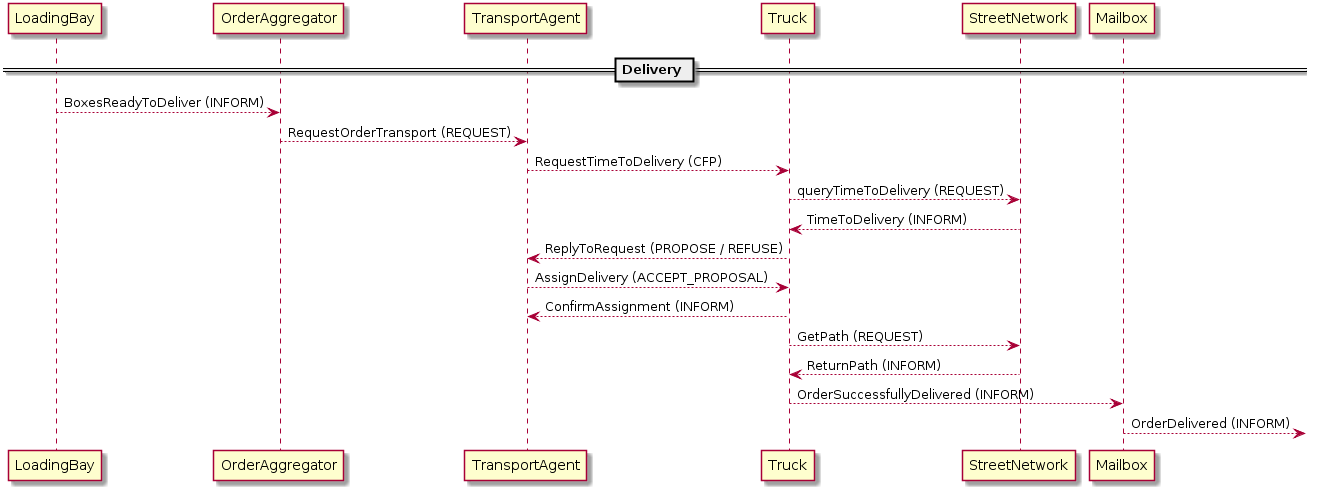
Above: docs/Architecture/Architecture_Delivery.png in HBRS-MAAS/ws18-project-commitment_issues (PlantUML), before the change.
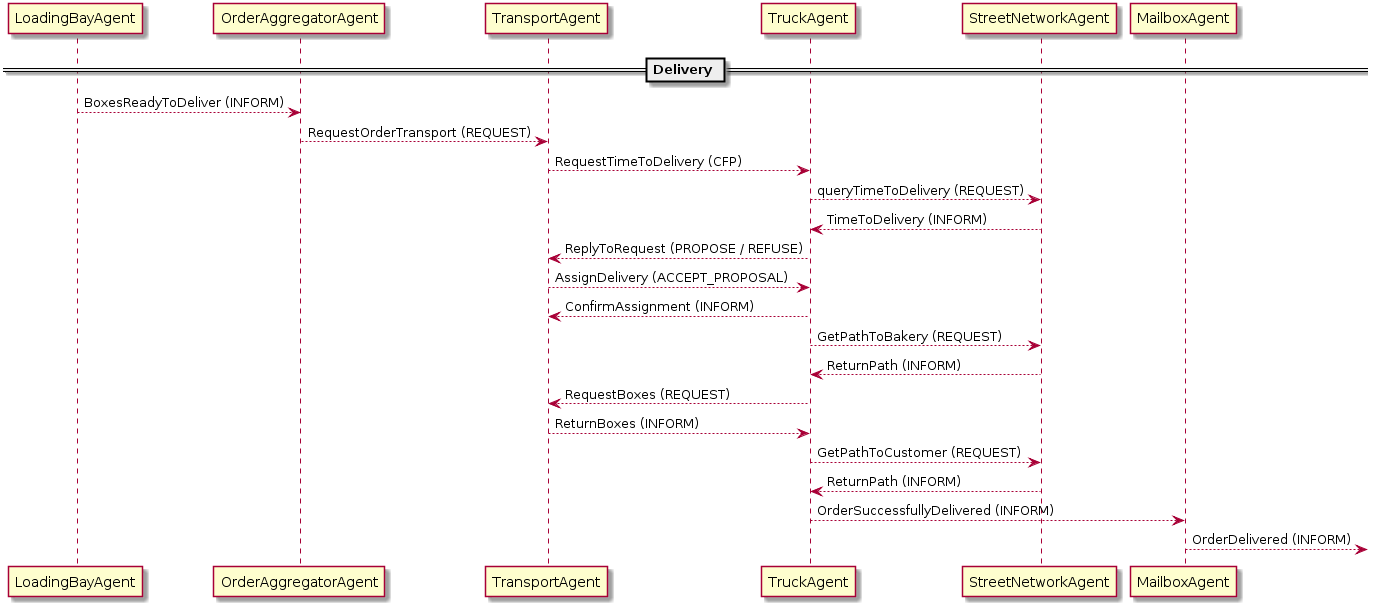
Later version of the same file.

Change to the diagram source:
```diff
@@ -2,23 +2,29 @@
 skinparam classAttributeIconSize 0
 
 == Delivery ==
-LoadingBay --> OrderAggregator : BoxesReadyToDeliver (INFORM)
+LoadingBayAgent --> OrderAggregatorAgent : BoxesReadyToDeliver (INFORM)
 
 
-OrderAggregator --> TransportAgent : RequestOrderTransport (REQUEST)
+OrderAggregatorAgent --> TransportAgent : RequestOrderTransport (REQUEST)
 
-TransportAgent --> Truck : RequestTimeToDelivery (CFP)
-Truck --> StreetNetwork : queryTimeToDelivery (REQUEST)
-StreetNetwork ---> Truck : TimeToDelivery (INFORM)
-Truck --> TransportAgent : ReplyToRequest (PROPOSE / REFUSE)
-TransportAgent --> Truck : AssignDelivery (ACCEPT_PROPOSAL)
-Truck --> TransportAgent : ConfirmAssignment (INFORM)
+TransportAgent --> TruckAgent : RequestTimeToDelivery (CFP)
+TruckAgent --> StreetNetworkAgent : queryTimeToDelivery (REQUEST)
+StreetNetworkAgent ---> TruckAgent : TimeToDelivery (INFORM)
+TruckAgent --> TransportAgent : ReplyToRequest (PROPOSE / REFUSE)
+TransportAgent --> TruckAgent : AssignDelivery (ACCEPT_PROPOSAL)
+TruckAgent --> TransportAgent : ConfirmAssignment (INFORM)
 
-Truck --> StreetNetwork : GetPath (REQUEST)
-StreetNetwork --> Truck : ReturnPath (INFORM)
+TruckAgent --> StreetNetworkAgent : GetPathToBakery (REQUEST)
+StreetNetworkAgent --> TruckAgent : ReturnPath (INFORM)
 
-Truck --> Mailbox : OrderSuccessfullyDelivered (INFORM)
+TruckAgent --> TransportAgent : RequestBoxes (REQUEST)
+TransportAgent --> TruckAgent : ReturnBoxes (INFORM)
 
-Mailbox --> : OrderDelivered (INFORM)
+TruckAgent --> StreetNetworkAgent : GetPathToCustomer (REQUEST)
+StreetNetworkAgent --> TruckAgent : ReturnPath (INFORM)
+
+TruckAgent --> MailboxAgent : OrderSuccessfullyDelivered (INFORM)
+
+MailboxAgent --> : OrderDelivered (INFORM)
 
 @enduml
```
